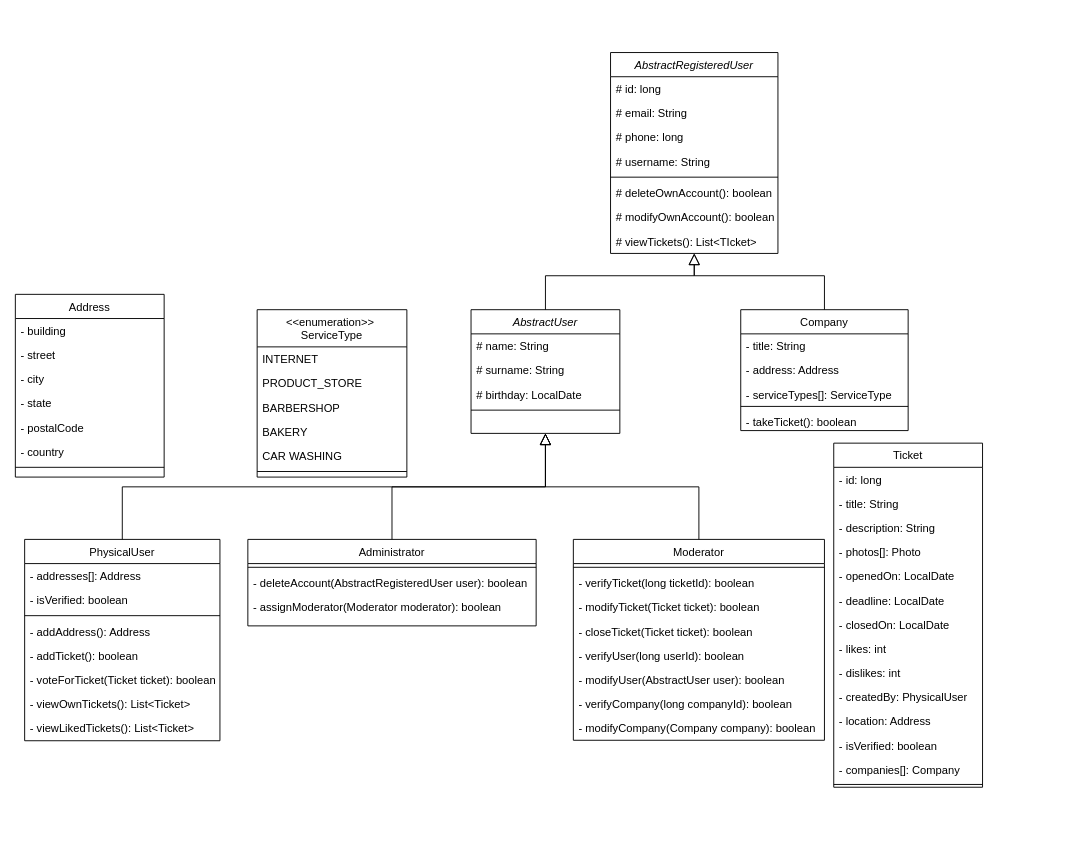
This is uml/src/STC31 Class Diagram.drawio from STC31-TEAM/appeal_docs, a draw.io file, before an edit. Source tidied: cells renumbered, new cells numbered last; positions are measured from the earlier drawing's top-left corner, leaving out a move shared by most shapes. Both pictures are drawn from the tidied source at 93%, with x=0, y=0 at pixel (15, 52).
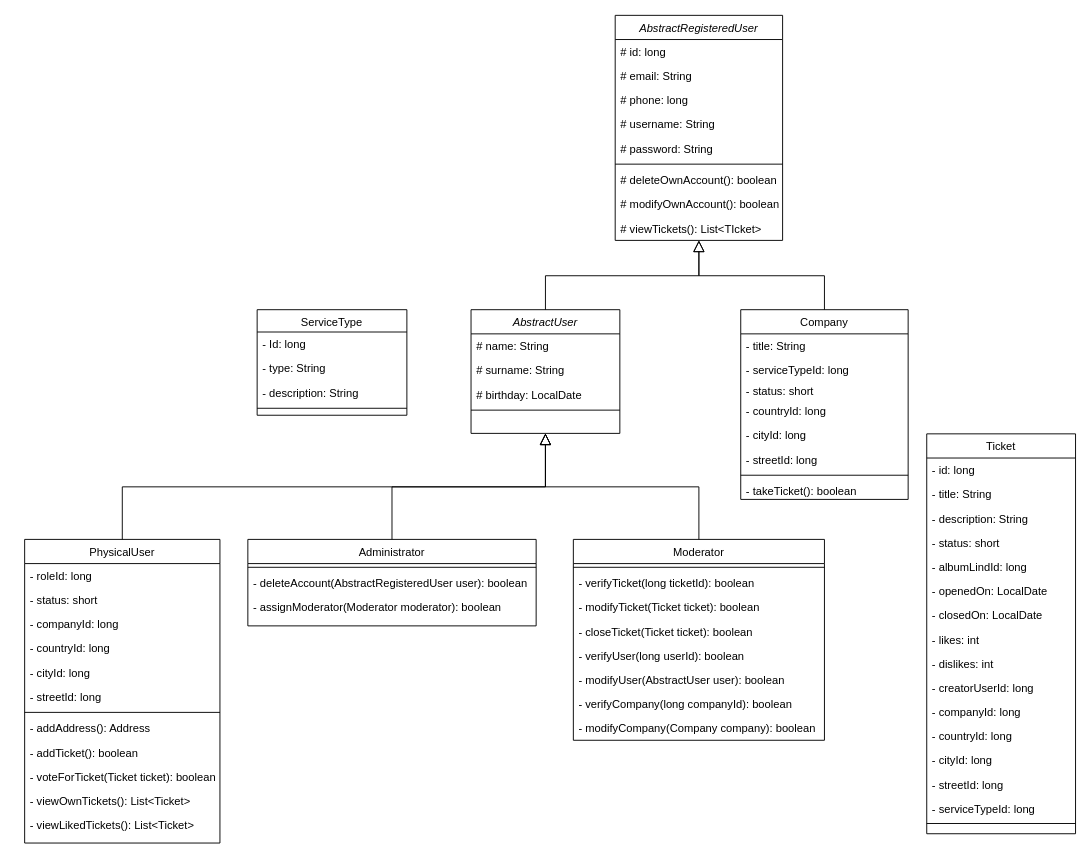
The same diagram, later.

Commit message (it also covers changes not shown here):
Обновил Диаграмму классов, добавил диаграмму последовательности для заявок

What changed in the source:
```diff
@@
     <mxCell id="7" value="PhysicalUser" style="swimlane;fontStyle=0;align=center;verticalAlign=top;horizontal=1;startSize=26;rounded=0;shadow=0;strokeWidth=1;" parent="1" vertex="1">
-      <mxGeometry x="10" y="523.5" width="210" height="216.5" as="geometry" />
+      <mxGeometry x="10" y="523.5" width="210" height="326.5" as="geometry" />
     </mxCell>
-    <mxCell id="8" value="- addresses[]: Address" style="text;align=left;verticalAlign=top;spacingLeft=4;spacingRight=4;overflow=hidden;" parent="7" vertex="1">
+    <mxCell id="8" value="- roleId: long" style="text;align=left;verticalAlign=top;spacingLeft=4;spacingRight=4;overflow=hidden;" parent="7" vertex="1">
       <mxGeometry y="26" width="210" height="26" as="geometry" />
     </mxCell>
-    <mxCell id="9" value="- isVerified: boolean" style="text;align=left;verticalAlign=top;spacingLeft=4;spacingRight=4;overflow=hidden;" parent="7" vertex="1">
+    <mxCell id="9" value="- status: short" style="text;align=left;verticalAlign=top;spacingLeft=4;spacingRight=4;overflow=hidden;" parent="7" vertex="1">
       <mxGeometry y="52" width="210" height="26" as="geometry" />
     </mxCell>
+    <mxCell id="79" value="- companyId: long" style="text;align=left;verticalAlign=top;spacingLeft=4;spacingRight=4;overflow=hidden;" parent="7" vertex="1">
+      <mxGeometry y="78" width="210" height="26" as="geometry" />
+    </mxCell>
+    <mxCell id="80" value="- countryId: long" style="text;align=left;verticalAlign=top;spacingLeft=4;spacingRight=4;overflow=hidden;" parent="7" vertex="1">
+      <mxGeometry y="104" width="210" height="26" as="geometry" />
+    </mxCell>
+    <mxCell id="81" value="- cityId: long" style="text;align=left;verticalAlign=top;spacingLeft=4;spacingRight=4;overflow=hidden;" parent="7" vertex="1">
+      <mxGeometry y="130" width="210" height="26" as="geometry" />
+    </mxCell>
+    <mxCell id="82" value="- streetId: long" style="text;align=left;verticalAlign=top;spacingLeft=4;spacingRight=4;overflow=hidden;" parent="7" vertex="1">
+      <mxGeometry y="156" width="210" height="26" as="geometry" />
+    </mxCell>
     <mxCell id="10" style="line;html=1;strokeWidth=1;align=left;verticalAlign=middle;spacingTop=-1;spacingLeft=3;spacingRight=3;labelPosition=right;" parent="7" vertex="1">
-      <mxGeometry y="78" width="210" height="8" as="geometry" />
+      <mxGeometry y="182" width="210" height="8" as="geometry" />
     </mxCell>
     <mxCell id="11" value="- addAddress(): Address" style="text;align=left;verticalAlign=top;spacingLeft=4;spacingRight=4;overflow=hidden;" parent="7" vertex="1">
-      <mxGeometry y="86" width="210" height="26" as="geometry" />
+      <mxGeometry y="190" width="210" height="26" as="geometry" />
     </mxCell>
     <mxCell id="12" value="- addTicket(): boolean" style="text;align=left;verticalAlign=top;spacingLeft=4;spacingRight=4;overflow=hidden;" parent="7" vertex="1">
-      <mxGeometry y="112" width="210" height="26" as="geometry" />
+      <mxGeometry y="216" width="210" height="26" as="geometry" />
     </mxCell>
     <mxCell id="13" value="- voteForTicket(Ticket ticket): boolean" style="text;align=left;verticalAlign=top;spacingLeft=4;spacingRight=4;overflow=hidden;" parent="7" vertex="1">
-      <mxGeometry y="138" width="210" height="26" as="geometry" />
+      <mxGeometry y="242" width="210" height="26" as="geometry" />
     </mxCell>
     <mxCell id="14" value="- viewOwnTickets(): List&lt;Ticket&gt;" style="text;align=left;verticalAlign=top;spacingLeft=4;spacingRight=4;overflow=hidden;" parent="7" vertex="1">
-      <mxGeometry y="164" width="210" height="26" as="geometry" />
+      <mxGeometry y="268" width="210" height="26" as="geometry" />
     </mxCell>
     <mxCell id="15" value="- viewLikedTickets(): List&lt;Ticket&gt;" style="text;align=left;verticalAlign=top;spacingLeft=4;spacingRight=4;overflow=hidden;" parent="7" vertex="1">
-      <mxGeometry y="190" width="210" height="26" as="geometry" />
+      <mxGeometry y="294" width="210" height="26" as="geometry" />
     </mxCell>
@@
-    <mxCell id="27" value="Address" style="swimlane;fontStyle=0;align=center;verticalAlign=top;horizontal=1;startSize=26;rounded=0;shadow=0;strokeWidth=1;" parent="1" vertex="1">
-      <mxGeometry y="260" width="160" height="196.5" as="geometry" />
-    </mxCell>
-    <mxCell id="28" value="- building" style="text;align=left;verticalAlign=top;spacingLeft=4;spacingRight=4;overflow=hidden;" parent="27" vertex="1">
-      <mxGeometry y="26" width="160" height="26" as="geometry" />
-    </mxCell>
-    <mxCell id="29" value="- street" style="text;align=left;verticalAlign=top;spacingLeft=4;spacingRight=4;overflow=hidden;" parent="27" vertex="1">
-      <mxGeometry y="52" width="160" height="26" as="geometry" />
-    </mxCell>
-    <mxCell id="30" value="- city" style="text;align=left;verticalAlign=top;spacingLeft=4;spacingRight=4;overflow=hidden;rounded=0;shadow=0;html=0;" parent="27" vertex="1">
-      <mxGeometry y="78" width="160" height="26" as="geometry" />
-    </mxCell>
-    <mxCell id="31" value="- state" style="text;align=left;verticalAlign=top;spacingLeft=4;spacingRight=4;overflow=hidden;rounded=0;shadow=0;html=0;" parent="27" vertex="1">
-      <mxGeometry y="104" width="160" height="26" as="geometry" />
-    </mxCell>
-    <mxCell id="32" value="- postalCode" style="text;align=left;verticalAlign=top;spacingLeft=4;spacingRight=4;overflow=hidden;rounded=0;shadow=0;html=0;" parent="27" vertex="1">
-      <mxGeometry y="130" width="160" height="26" as="geometry" />
-    </mxCell>
-    <mxCell id="33" value="- country" style="text;align=left;verticalAlign=top;spacingLeft=4;spacingRight=4;overflow=hidden;rounded=0;shadow=0;html=0;" parent="27" vertex="1">
-      <mxGeometry y="156" width="160" height="26" as="geometry" />
-    </mxCell>
-    <mxCell id="34" style="line;html=1;strokeWidth=1;align=left;verticalAlign=middle;spacingTop=-1;spacingLeft=3;spacingRight=3;labelPosition=right;" parent="27" vertex="1">
-      <mxGeometry y="182" width="160" height="8" as="geometry" />
-    </mxCell>
     <mxCell id="35" value="Company" style="swimlane;fontStyle=0;align=center;verticalAlign=top;horizontal=1;startSize=26;rounded=0;shadow=0;strokeWidth=1;" parent="1" vertex="1">
-      <mxGeometry x="780" y="276.5" width="180" height="130" as="geometry" />
+      <mxGeometry x="780" y="276.5" width="180" height="204" as="geometry" />
     </mxCell>
@@
+    <mxCell id="38" value="- serviceTypeId: long" style="text;align=left;verticalAlign=top;spacingLeft=4;spacingRight=4;overflow=hidden;rounded=0;shadow=0;html=0;" parent="35" vertex="1">
+      <mxGeometry y="52" width="180" height="22" as="geometry" />
+    </mxCell>
+    <mxCell id="83" value="- status: short" style="text;align=left;verticalAlign=top;spacingLeft=4;spacingRight=4;overflow=hidden;rounded=0;shadow=0;html=0;" parent="35" vertex="1">
+      <mxGeometry y="74" width="180" height="22" as="geometry" />
+    </mxCell>
-    <mxCell id="37" value="- address: Address" style="text;align=left;verticalAlign=top;spacingLeft=4;spacingRight=4;overflow=hidden;rounded=0;shadow=0;html=0;" parent="35" vertex="1">
-      <mxGeometry y="52" width="180" height="26" as="geometry" />
+    <mxCell id="37" value="- countryId: long" style="text;align=left;verticalAlign=top;spacingLeft=4;spacingRight=4;overflow=hidden;rounded=0;shadow=0;html=0;" parent="35" vertex="1">
+      <mxGeometry y="96" width="180" height="26" as="geometry" />
     </mxCell>
-    <mxCell id="38" value="- serviceTypes[]: ServiceType" style="text;align=left;verticalAlign=top;spacingLeft=4;spacingRight=4;overflow=hidden;rounded=0;shadow=0;html=0;" parent="35" vertex="1">
-      <mxGeometry y="78" width="180" height="22" as="geometry" />
-    </mxCell>
+    <mxCell id="84" value="- cityId: long" style="text;align=left;verticalAlign=top;spacingLeft=4;spacingRight=4;overflow=hidden;rounded=0;shadow=0;html=0;" parent="35" vertex="1">
+      <mxGeometry y="122" width="180" height="26" as="geometry" />
+    </mxCell>
+    <mxCell id="85" value="- streetId: long" style="text;align=left;verticalAlign=top;spacingLeft=4;spacingRight=4;overflow=hidden;rounded=0;shadow=0;html=0;" parent="35" vertex="1">
+      <mxGeometry y="148" width="180" height="26" as="geometry" />
+    </mxCell>
     <mxCell id="39" style="line;html=1;strokeWidth=1;align=left;verticalAlign=middle;spacingTop=-1;spacingLeft=3;spacingRight=3;labelPosition=right;" parent="35" vertex="1">
-      <mxGeometry y="100" width="180" height="8" as="geometry" />
+      <mxGeometry y="174" width="180" height="8" as="geometry" />
     </mxCell>
     <mxCell id="40" value="- takeTicket(): boolean" style="text;align=left;verticalAlign=top;spacingLeft=4;spacingRight=4;overflow=hidden;rounded=0;shadow=0;html=0;" parent="35" vertex="1">
-      <mxGeometry y="108" width="180" height="22" as="geometry" />
+      <mxGeometry y="182" width="180" height="22" as="geometry" />
     </mxCell>
     <mxCell id="41" value="AbstractRegisteredUser" style="swimlane;fontStyle=2;align=center;verticalAlign=top;horizontal=1;startSize=26;rounded=0;shadow=0;strokeWidth=1;" parent="1" vertex="1">
-      <mxGeometry x="640" width="180" height="216" as="geometry" />
+      <mxGeometry x="645" y="-40" width="180" height="242" as="geometry" />
     </mxCell>
@@
+    <mxCell id="86" value="# password: String" style="text;align=left;verticalAlign=top;spacingLeft=4;spacingRight=4;overflow=hidden;" parent="41" vertex="1">
+      <mxGeometry y="130" width="180" height="26" as="geometry" />
+    </mxCell>
     <mxCell id="46" style="line;html=1;strokeWidth=1;align=left;verticalAlign=middle;spacingTop=-1;spacingLeft=3;spacingRight=3;labelPosition=right;" parent="41" vertex="1">
-      <mxGeometry y="130" width="180" height="8" as="geometry" />
+      <mxGeometry y="156" width="180" height="8" as="geometry" />
     </mxCell>
     <mxCell id="47" value="# deleteOwnAccount(): boolean" style="text;align=left;verticalAlign=top;spacingLeft=4;spacingRight=4;overflow=hidden;" parent="41" vertex="1">
-      <mxGeometry y="138" width="180" height="26" as="geometry" />
+      <mxGeometry y="164" width="180" height="26" as="geometry" />
     </mxCell>
     <mxCell id="48" value="# modifyOwnAccount(): boolean" style="text;align=left;verticalAlign=top;spacingLeft=4;spacingRight=4;overflow=hidden;" parent="41" vertex="1">
-      <mxGeometry y="164" width="180" height="26" as="geometry" />
+      <mxGeometry y="190" width="180" height="26" as="geometry" />
     </mxCell>
     <mxCell id="49" value="# viewTickets(): List&lt;TIcket&gt;" style="text;align=left;verticalAlign=top;spacingLeft=4;spacingRight=4;overflow=hidden;points=[[0,0.5],[1,0.5]];portConstraint=eastwest;" parent="41" vertex="1">
-      <mxGeometry y="190" width="180" height="26" as="geometry" />
+      <mxGeometry y="216" width="180" height="26" as="geometry" />
     </mxCell>
@@
-    <mxCell id="52" value="&lt;&lt;enumeration&gt;&gt; &#10;ServiceType" style="swimlane;fontStyle=0;align=center;verticalAlign=top;horizontal=1;startSize=40;rounded=0;shadow=0;strokeWidth=1;" parent="1" vertex="1">
-      <mxGeometry x="260" y="276.5" width="161" height="180" as="geometry" />
+    <mxCell id="52" value="ServiceType" style="swimlane;fontStyle=0;align=center;verticalAlign=top;horizontal=1;startSize=24;rounded=0;shadow=0;strokeWidth=1;" parent="1" vertex="1">
+      <mxGeometry x="260" y="276.5" width="161" height="113.5" as="geometry" />
     </mxCell>
-    <mxCell id="53" value="INTERNET" style="text;align=left;verticalAlign=top;spacingLeft=4;spacingRight=4;overflow=hidden;rounded=0;shadow=0;html=0;" parent="52" vertex="1">
-      <mxGeometry y="40" width="161" height="26" as="geometry" />
+    <mxCell id="53" value="- Id: long" style="text;align=left;verticalAlign=top;spacingLeft=4;spacingRight=4;overflow=hidden;rounded=0;shadow=0;html=0;" parent="52" vertex="1">
+      <mxGeometry y="24" width="161" height="26" as="geometry" />
     </mxCell>
-    <mxCell id="54" value="PRODUCT_STORE" style="text;align=left;verticalAlign=top;spacingLeft=4;spacingRight=4;overflow=hidden;rounded=0;shadow=0;html=0;" parent="52" vertex="1">
-      <mxGeometry y="66" width="161" height="26" as="geometry" />
+    <mxCell id="54" value="- type: String" style="text;align=left;verticalAlign=top;spacingLeft=4;spacingRight=4;overflow=hidden;rounded=0;shadow=0;html=0;" parent="52" vertex="1">
+      <mxGeometry y="50" width="161" height="26" as="geometry" />
     </mxCell>
-    <mxCell id="55" value="BARBERSHOP" style="text;align=left;verticalAlign=top;spacingLeft=4;spacingRight=4;overflow=hidden;rounded=0;shadow=0;html=0;" parent="52" vertex="1">
-      <mxGeometry y="92" width="161" height="26" as="geometry" />
+    <mxCell id="55" value="- description: String" style="text;align=left;verticalAlign=top;spacingLeft=4;spacingRight=4;overflow=hidden;rounded=0;shadow=0;html=0;" parent="52" vertex="1">
+      <mxGeometry y="76" width="161" height="26" as="geometry" />
     </mxCell>
-    <mxCell id="56" value="BAKERY" style="text;align=left;verticalAlign=top;spacingLeft=4;spacingRight=4;overflow=hidden;rounded=0;shadow=0;html=0;" parent="52" vertex="1">
-      <mxGeometry y="118" width="161" height="26" as="geometry" />
-    </mxCell>
-    <mxCell id="57" value="CAR WASHING" style="text;align=left;verticalAlign=top;spacingLeft=4;spacingRight=4;overflow=hidden;rounded=0;shadow=0;html=0;" parent="52" vertex="1">
-      <mxGeometry y="144" width="161" height="26" as="geometry" />
-    </mxCell>
     <mxCell id="58" style="line;html=1;strokeWidth=1;align=left;verticalAlign=middle;spacingTop=-1;spacingLeft=3;spacingRight=3;labelPosition=right;" parent="52" vertex="1">
-      <mxGeometry y="170" width="161" height="8" as="geometry" />
+      <mxGeometry y="102" width="161" height="8" as="geometry" />
     </mxCell>
     <mxCell id="59" value="Ticket" style="swimlane;fontStyle=0;align=center;verticalAlign=top;horizontal=1;startSize=26;rounded=0;shadow=0;strokeWidth=1;" parent="1" vertex="1">
-      <mxGeometry x="880" y="420" width="160" height="370" as="geometry" />
+      <mxGeometry x="980" y="410" width="160" height="430" as="geometry" />
     </mxCell>
@@
+    <mxCell id="71" value="- status: short" style="text;align=left;verticalAlign=top;spacingLeft=4;spacingRight=4;overflow=hidden;rounded=0;shadow=0;html=0;" parent="59" vertex="1">
+      <mxGeometry y="104" width="160" height="26" as="geometry" />
+    </mxCell>
-    <mxCell id="63" value="- photos[]: Photo" style="text;align=left;verticalAlign=top;spacingLeft=4;spacingRight=4;overflow=hidden;" parent="59" vertex="1">
-      <mxGeometry y="104" width="160" height="26" as="geometry" />
+    <mxCell id="63" value="- albumLindId: long" style="text;align=left;verticalAlign=top;spacingLeft=4;spacingRight=4;overflow=hidden;" parent="59" vertex="1">
+      <mxGeometry y="130" width="160" height="26" as="geometry" />
     </mxCell>
     <mxCell id="64" value="- openedOn: LocalDate" style="text;align=left;verticalAlign=top;spacingLeft=4;spacingRight=4;overflow=hidden;" parent="59" vertex="1">
-      <mxGeometry y="130" width="160" height="26" as="geometry" />
+      <mxGeometry y="156" width="160" height="26" as="geometry" />
     </mxCell>
-    <mxCell id="65" value="- deadline: LocalDate" style="text;align=left;verticalAlign=top;spacingLeft=4;spacingRight=4;overflow=hidden;rounded=0;shadow=0;html=0;" parent="59" vertex="1">
-      <mxGeometry y="156" width="160" height="26" as="geometry" />
-    </mxCell>
@@
-    <mxCell id="69" value="- createdBy: PhysicalUser" style="text;align=left;verticalAlign=top;spacingLeft=4;spacingRight=4;overflow=hidden;rounded=0;shadow=0;html=0;" parent="59" vertex="1">
+    <mxCell id="69" value="- creatorUserId: long" style="text;align=left;verticalAlign=top;spacingLeft=4;spacingRight=4;overflow=hidden;rounded=0;shadow=0;html=0;" parent="59" vertex="1">
       <mxGeometry y="260" width="160" height="26" as="geometry" />
     </mxCell>
+    <mxCell id="72" value="- companyId: long" style="text;align=left;verticalAlign=top;spacingLeft=4;spacingRight=4;overflow=hidden;rounded=0;shadow=0;html=0;" parent="59" vertex="1">
+      <mxGeometry y="286" width="160" height="26" as="geometry" />
+    </mxCell>
-    <mxCell id="70" value="- location: Address" style="text;align=left;verticalAlign=top;spacingLeft=4;spacingRight=4;overflow=hidden;rounded=0;shadow=0;html=0;" parent="59" vertex="1">
-      <mxGeometry y="286" width="160" height="26" as="geometry" />
+    <mxCell id="70" value="- countryId: long" style="text;align=left;verticalAlign=top;spacingLeft=4;spacingRight=4;overflow=hidden;rounded=0;shadow=0;html=0;" parent="59" vertex="1">
+      <mxGeometry y="312" width="160" height="26" as="geometry" />
     </mxCell>
-    <mxCell id="71" value="- isVerified: boolean" style="text;align=left;verticalAlign=top;spacingLeft=4;spacingRight=4;overflow=hidden;rounded=0;shadow=0;html=0;" parent="59" vertex="1">
-      <mxGeometry y="312" width="160" height="26" as="geometry" />
-    </mxCell>
-    <mxCell id="72" value="- companies[]: Company" style="text;align=left;verticalAlign=top;spacingLeft=4;spacingRight=4;overflow=hidden;rounded=0;shadow=0;html=0;" parent="59" vertex="1">
-      <mxGeometry y="338" width="160" height="26" as="geometry" />
-    </mxCell>
+    <mxCell id="87" value="- cityId: long" style="text;align=left;verticalAlign=top;spacingLeft=4;spacingRight=4;overflow=hidden;rounded=0;shadow=0;html=0;" parent="59" vertex="1">
+      <mxGeometry y="338" width="160" height="26" as="geometry" />
+    </mxCell>
+    <mxCell id="88" value="- streetId: long" style="text;align=left;verticalAlign=top;spacingLeft=4;spacingRight=4;overflow=hidden;rounded=0;shadow=0;html=0;" parent="59" vertex="1">
+      <mxGeometry y="364" width="160" height="26" as="geometry" />
+    </mxCell>
+    <mxCell id="89" value="- serviceTypeId: long" style="text;align=left;verticalAlign=top;spacingLeft=4;spacingRight=4;overflow=hidden;rounded=0;shadow=0;html=0;" parent="59" vertex="1">
+      <mxGeometry y="390" width="160" height="26" as="geometry" />
+    </mxCell>
     <mxCell id="73" style="line;html=1;strokeWidth=1;align=left;verticalAlign=middle;spacingTop=-1;spacingLeft=3;spacingRight=3;labelPosition=right;" parent="59" vertex="1">
-      <mxGeometry y="364" width="160" height="6" as="geometry" />
+      <mxGeometry y="416" width="160" height="6" as="geometry" />
     </mxCell>
```
